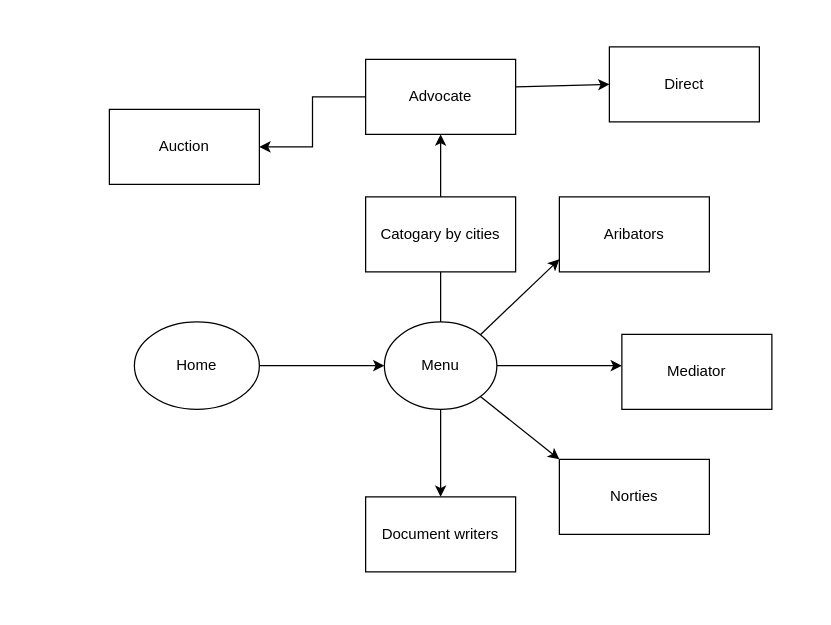
Earlier version of the draw.io diagram Untitled Diagram.drawio (AmeyKuradeAK/SIH-Hackathon-Flowchart-1). Source tidied: cells renumbered, new cells numbered last; positions are measured from the earlier drawing's top-left corner, leaving out a move shared by most shapes. Both pictures are drawn from the tidied source at 125%, with x=0, y=0 at pixel (109, 46).
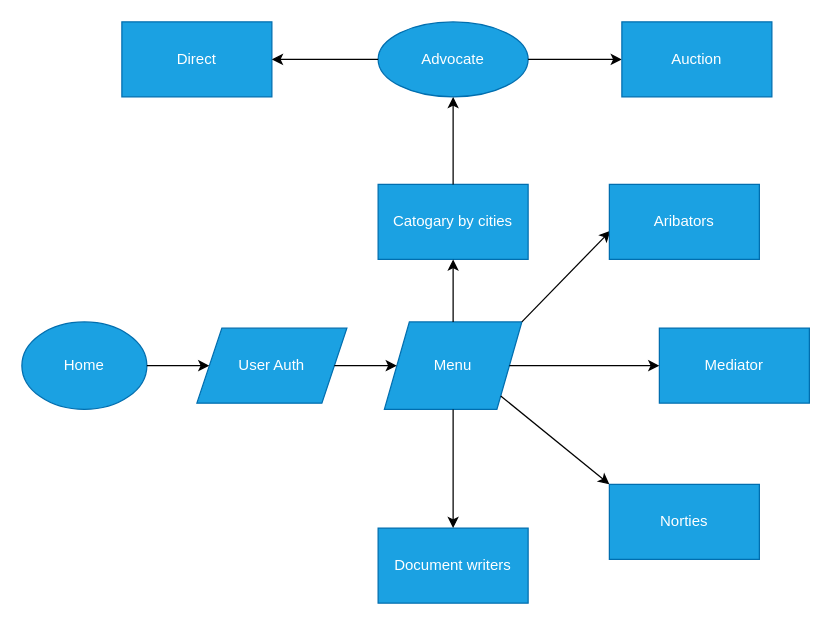
Above is the later version.

Change to the diagram source:
```diff
@@
-    <mxCell id="2" style="edgeStyle=orthogonalEdgeStyle;rounded=0;jettySize=auto;html=1;exitX=0.5;exitY=0;exitDx=0;exitDy=0;" parent="1" edge="1" source="5">
-      <mxGeometry relative="1" as="geometry">
-        <mxPoint x="265" y="130" as="targetPoint" />
-      </mxGeometry>
-    </mxCell>
-    <mxCell id="3" style="edgeStyle=orthogonalEdgeStyle;rounded=0;jettySize=auto;html=1;exitX=1;exitY=0.5;exitDx=0;exitDy=0;" parent="1" edge="1" source="5">
-      <mxGeometry relative="1" as="geometry">
-        <mxPoint x="410" y="255" as="targetPoint" />
-      </mxGeometry>
-    </mxCell>
-    <mxCell id="4" style="edgeStyle=orthogonalEdgeStyle;rounded=0;jettySize=auto;html=1;exitX=0.5;exitY=1;exitDx=0;exitDy=0;" parent="1" edge="1" source="5">
-      <mxGeometry relative="1" as="geometry">
-        <mxPoint x="265" y="360" as="targetPoint" />
-      </mxGeometry>
-    </mxCell>
-    <mxCell id="5" value="Menu" style="ellipse;whiteSpace=wrap;html=1;" parent="1" vertex="1">
-      <mxGeometry x="220" y="220" width="90" height="70" as="geometry" />
+    <mxCell id="5" value="Menu" style="shape=parallelogram;perimeter=parallelogramPerimeter;whiteSpace=wrap;html=1;fixedSize=1;size=20;fillColor=#1ba1e2;fontColor=#ffffff;strokeColor=#006EAF;" parent="1" vertex="1">
+      <mxGeometry x="220" y="220" width="110" height="70" as="geometry" />
     </mxCell>
-    <mxCell id="6" style="endArrow=classic;html=1;rounded=0;exitX=1;exitY=0;exitDx=0;exitDy=0;" parent="1" edge="1" source="5">
-      <mxGeometry relative="1" as="geometry">
-        <mxPoint x="360" y="170" as="targetPoint" />
-      </mxGeometry>
+    <mxCell id="6" style="endArrow=classic;html=1;rounded=0;exitX=1;exitY=0;exitDx=0;exitDy=0;entryX=0.007;entryY=0.62;entryDx=0;entryDy=0;entryPerimeter=0;" parent="1" edge="1" source="5" target="12">
+      <mxGeometry relative="1" as="geometry" />
     </mxCell>
-    <mxCell id="7" style="endArrow=classic;html=1;rounded=0;exitX=1;exitY=1;exitDx=0;exitDy=0;" parent="1" edge="1" source="5">
-      <mxGeometry relative="1" as="geometry">
-        <mxPoint x="360" y="330" as="targetPoint" />
-      </mxGeometry>
-    </mxCell>
-    <mxCell id="8" style="edgeStyle=orthogonalEdgeStyle;rounded=0;jettySize=auto;html=1;entryX=0;entryY=0.5;entryDx=0;entryDy=0;" parent="1" edge="1" source="9" target="5">
-      <mxGeometry relative="1" as="geometry" />
-    </mxCell>
-    <mxCell id="9" value="Home" style="ellipse;whiteSpace=wrap;html=1;" parent="1" vertex="1">
-      <mxGeometry x="20" y="220" width="100" height="70" as="geometry" />
+    <mxCell id="9" value="Home" style="ellipse;whiteSpace=wrap;html=1;fillColor=#1ba1e2;strokeColor=#006EAF;fontColor=#ffffff;" parent="1" vertex="1">
+      <mxGeometry x="-70" y="220" width="100" height="70" as="geometry" />
     </mxCell>
-    <mxCell id="10" style="edgeStyle=orthogonalEdgeStyle;rounded=0;jettySize=auto;html=1;" parent="1" edge="1" source="11" target="16">
-      <mxGeometry relative="1" as="geometry" />
-    </mxCell>
-    <mxCell id="11" value="Advocate" style="rounded=0;whiteSpace=wrap;html=1;" parent="1" vertex="1">
-      <mxGeometry x="205" y="10" width="120" height="60" as="geometry" />
+    <mxCell id="11" value="Advocate" style="ellipse;whiteSpace=wrap;html=1;fillColor=#1ba1e2;fontColor=#ffffff;strokeColor=#006EAF;" parent="1" vertex="1">
+      <mxGeometry x="215" y="-20" width="120" height="60" as="geometry" />
     </mxCell>
-    <mxCell id="12" value="Aribators" style="rounded=0;whiteSpace=wrap;html=1;" parent="1" vertex="1">
-      <mxGeometry x="360" y="120" width="120" height="60" as="geometry" />
+    <mxCell id="12" value="Aribators" style="rounded=0;whiteSpace=wrap;html=1;fillColor=#1ba1e2;fontColor=#ffffff;strokeColor=#006EAF;" parent="1" vertex="1">
+      <mxGeometry x="400" y="110" width="120" height="60" as="geometry" />
     </mxCell>
-    <mxCell id="13" value="Mediator" style="rounded=0;whiteSpace=wrap;html=1;" parent="1" vertex="1">
-      <mxGeometry x="410" y="230" width="120" height="60" as="geometry" />
+    <mxCell id="13" value="Mediator" style="rounded=0;whiteSpace=wrap;html=1;fillColor=#1ba1e2;fontColor=#ffffff;strokeColor=#006EAF;" parent="1" vertex="1">
+      <mxGeometry x="440" y="225" width="120" height="60" as="geometry" />
     </mxCell>
-    <mxCell id="14" value="Norties" style="rounded=0;whiteSpace=wrap;html=1;" parent="1" vertex="1">
-      <mxGeometry x="360" y="330" width="120" height="60" as="geometry" />
+    <mxCell id="14" value="Norties" style="rounded=0;whiteSpace=wrap;html=1;fillColor=#1ba1e2;fontColor=#ffffff;strokeColor=#006EAF;" parent="1" vertex="1">
+      <mxGeometry x="400" y="350" width="120" height="60" as="geometry" />
     </mxCell>
-    <mxCell id="15" value="Document writers" style="rounded=0;whiteSpace=wrap;html=1;" parent="1" vertex="1">
-      <mxGeometry x="205" y="360" width="120" height="60" as="geometry" />
+    <mxCell id="15" value="Document writers" style="rounded=0;whiteSpace=wrap;html=1;fillColor=#1ba1e2;fontColor=#ffffff;strokeColor=#006EAF;" parent="1" vertex="1">
+      <mxGeometry x="215" y="385" width="120" height="60" as="geometry" />
     </mxCell>
-    <mxCell id="16" value="Auction" style="whiteSpace=wrap;html=1;rounded=0;" parent="1" vertex="1">
-      <mxGeometry y="50" width="120" height="60" as="geometry" />
+    <mxCell id="16" value="Direct" style="whiteSpace=wrap;html=1;rounded=0;fillColor=#1ba1e2;fontColor=#ffffff;strokeColor=#006EAF;" parent="1" vertex="1">
+      <mxGeometry x="10" y="-20" width="120" height="60" as="geometry" />
     </mxCell>
-    <mxCell id="17" style="endArrow=classic;html=1;rounded=0;exitX=1.002;exitY=0.367;exitDx=0;exitDy=0;entryX=0;entryY=0.5;entryDx=0;entryDy=0;exitPerimeter=0;" parent="1" edge="1" source="11" target="18">
+    <mxCell id="17" style="endArrow=classic;html=1;rounded=0;entryX=0;entryY=0.5;entryDx=0;entryDy=0;exitX=1;exitY=0.5;exitDx=0;exitDy=0;" parent="1" edge="1" source="11" target="18">
       <mxGeometry relative="1" as="geometry" />
     </mxCell>
-    <mxCell id="18" value="Direct" style="rounded=0;whiteSpace=wrap;html=1;" parent="1" vertex="1">
-      <mxGeometry x="400" width="120" height="60" as="geometry" />
+    <mxCell id="18" value="Auction" style="rounded=0;whiteSpace=wrap;html=1;fillColor=#1ba1e2;fontColor=#ffffff;strokeColor=#006EAF;" parent="1" vertex="1">
+      <mxGeometry x="410" y="-20" width="120" height="60" as="geometry" />
     </mxCell>
+    <mxCell id="20" value="Catogary by cities" style="rounded=0;whiteSpace=wrap;html=1;fillColor=#1ba1e2;fontColor=#ffffff;strokeColor=#006EAF;" parent="1" vertex="1">
+      <mxGeometry x="215" y="110" width="120" height="60" as="geometry" />
+    </mxCell>
-    <mxCell id="19" style="edgeStyle=orthogonalEdgeStyle;rounded=0;jettySize=auto;html=1;" parent="1" edge="1" source="20" target="11">
+    <mxCell id="19" style="endArrow=classic;html=1;rounded=0;entryX=0.5;entryY=1;entryDx=0;entryDy=0;exitX=0.5;exitY=0;exitDx=0;exitDy=0;" parent="1" edge="1" source="20" target="11">
       <mxGeometry relative="1" as="geometry" />
     </mxCell>
-    <mxCell id="20" value="Catogary by cities" style="rounded=0;whiteSpace=wrap;html=1;" parent="1" vertex="1">
-      <mxGeometry x="205" y="120" width="120" height="60" as="geometry" />
-    </mxCell>
+    <mxCell id="10" style="endArrow=classic;html=1;rounded=0;entryX=1;entryY=0.5;entryDx=0;entryDy=0;exitX=0;exitY=0.5;exitDx=0;exitDy=0;" parent="1" edge="1" source="11" target="16">
+      <mxGeometry relative="1" as="geometry" />
+    </mxCell>
+    <mxCell id="21" style="endArrow=classic;html=1;rounded=0;entryX=0;entryY=0.5;entryDx=0;entryDy=0;exitX=1;exitY=0.5;exitDx=0;exitDy=0;" parent="1" edge="1" source="5" target="13">
+      <mxGeometry relative="1" as="geometry" />
+    </mxCell>
+    <mxCell id="22" style="endArrow=classic;html=1;rounded=0;entryX=0.5;entryY=0;entryDx=0;entryDy=0;exitX=0.5;exitY=1;exitDx=0;exitDy=0;" parent="1" edge="1" source="5" target="15">
+      <mxGeometry relative="1" as="geometry" />
+    </mxCell>
+    <mxCell id="23" style="endArrow=classic;html=1;rounded=0;entryX=0;entryY=0;entryDx=0;entryDy=0;exitX=1;exitY=1;exitDx=0;exitDy=0;" parent="1" edge="1" source="5" target="14">
+      <mxGeometry relative="1" as="geometry" />
+    </mxCell>
+    <mxCell id="24" value="User Auth" style="shape=parallelogram;perimeter=parallelogramPerimeter;whiteSpace=wrap;html=1;fixedSize=1;fillColor=#1ba1e2;strokeColor=#006EAF;fontColor=#ffffff;" parent="1" vertex="1">
+      <mxGeometry x="70" y="225" width="120" height="60" as="geometry" />
+    </mxCell>
+    <mxCell id="25" style="endArrow=classic;html=1;rounded=0;entryX=0.5;entryY=1;entryDx=0;entryDy=0;exitX=0.5;exitY=0;exitDx=0;exitDy=0;" parent="1" edge="1" source="5" target="20">
+      <mxGeometry relative="1" as="geometry" />
+    </mxCell>
+    <mxCell id="26" style="endArrow=classic;html=1;rounded=0;entryX=0;entryY=0.5;entryDx=0;entryDy=0;exitX=1;exitY=0.5;exitDx=0;exitDy=0;" parent="1" edge="1" source="9" target="24">
+      <mxGeometry relative="1" as="geometry" />
+    </mxCell>
+    <mxCell id="27" style="endArrow=classic;html=1;rounded=0;entryX=0;entryY=0.5;entryDx=0;entryDy=0;exitX=1;exitY=0.5;exitDx=0;exitDy=0;" parent="1" edge="1" source="24" target="5">
+      <mxGeometry relative="1" as="geometry" />
+    </mxCell>
```
